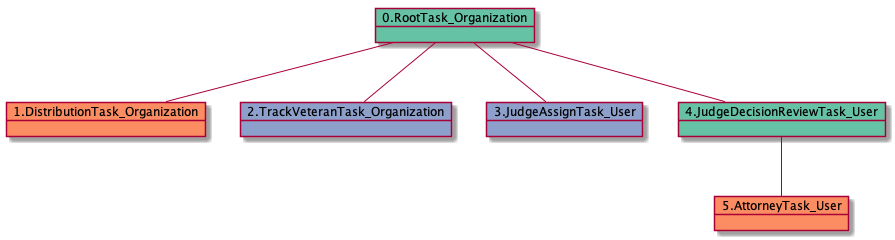
This is docs-DR/uml/RTO.DTO.TVTO.JATU.JDRTU.ATU-11092.png from yoomlam/graphing, a PlantUML export, as it was before one commit.
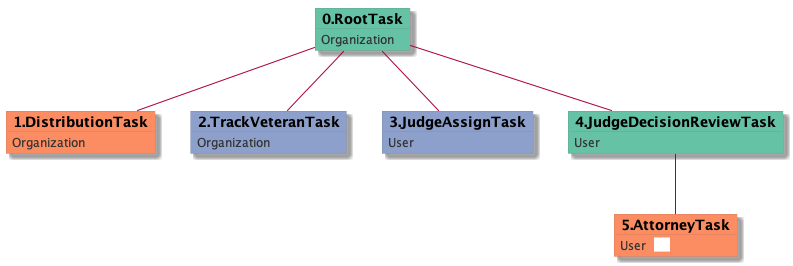
Above is the later version.

Diff of the diagram source:
```diff
@@ -1,13 +1,33 @@
 @startuml
-object 0.RootTask_Organization #66c2a5
-object 1.DistributionTask_Organization #fc8d62
-object 2.TrackVeteranTask_Organization #8da0cb
-object 3.JudgeAssignTask_User #8da0cb
-object 4.JudgeDecisionReviewTask_User #66c2a5
-object 5.AttorneyTask_User #fc8d62
-0.RootTask_Organization -- 1.DistributionTask_Organization
-0.RootTask_Organization -- 2.TrackVeteranTask_Organization
-0.RootTask_Organization -- 3.JudgeAssignTask_User
-0.RootTask_Organization -- 4.JudgeDecisionReviewTask_User
-4.JudgeDecisionReviewTask_User -- 5.AttorneyTask_User
+skinparam {
+  ObjectBorderColor #555
+  ObjectBorderThickness 0
+  ObjectFontStyle bold
+  ObjectFontSize 14
+  ObjectAttributeFontColor #333
+  ObjectAttributeFontSize 12
+}
+  object 0.RootTask #66c2a5 {
+Organization
+}
+  object 1.DistributionTask #fc8d62 {
+Organization
+}
+  object 2.TrackVeteranTask #8da0cb {
+Organization
+}
+  object 3.JudgeAssignTask #8da0cb {
+User
+}
+  object 4.JudgeDecisionReviewTask #66c2a5 {
+User
+}
+  object 5.AttorneyTask #fc8d62 {
+User  <back:white>    </back>
+}
+0.RootTask -- 1.DistributionTask
+0.RootTask -- 2.TrackVeteranTask
+0.RootTask -- 3.JudgeAssignTask
+0.RootTask -- 4.JudgeDecisionReviewTask
+4.JudgeDecisionReviewTask -- 5.AttorneyTask
 @enduml
```
